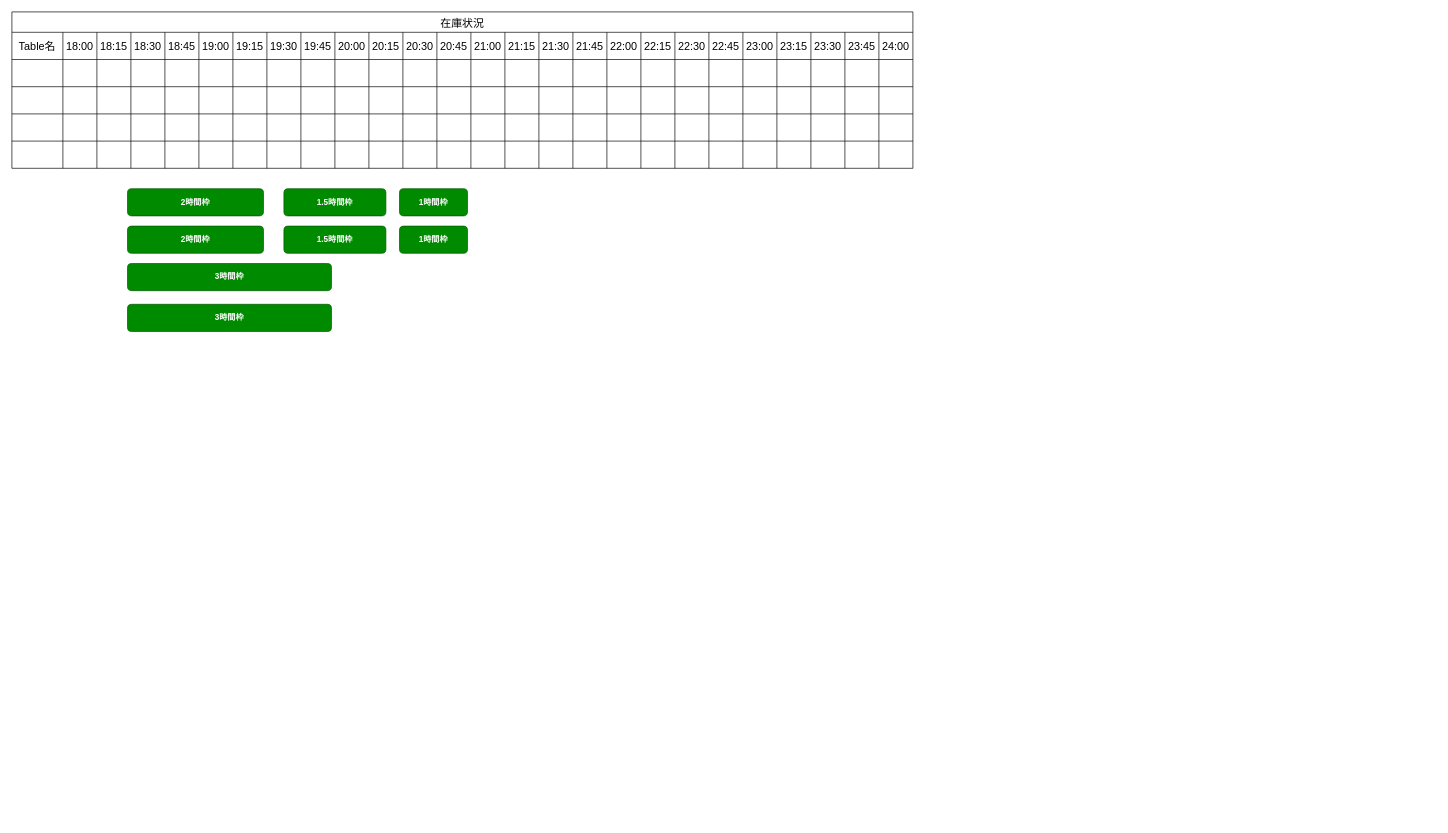
yoshi1984/drawio_template keeps this draw.io diagram as page "ページ2" (2 of 2) of timeline/在庫状況.drawio. Above is the earlier version. Source tidied: cells renumbered, new cells numbered last; positions are measured from the earlier drawing's top-left corner, leaving out a move shared by most shapes. Both pictures are drawn from the tidied source at 68%, with x=0, y=0 at pixel (12, 12).
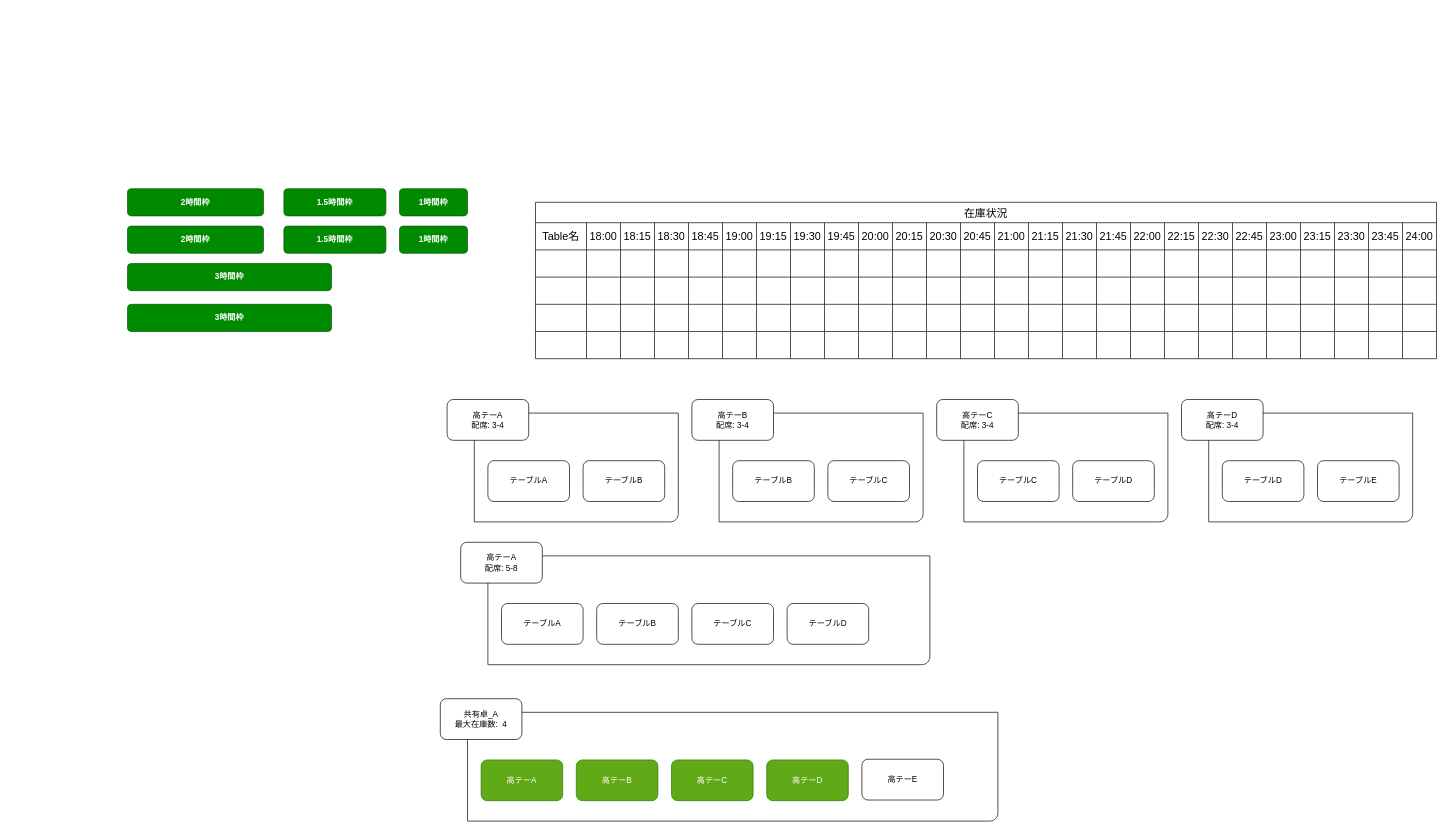
The same diagram, later.

Commit message:
在庫状況.drawio を更新します

What changed in the source:
```diff
@@
     <mxCell id="2" value="在庫状況" style="shape=table;startSize=30;childLayout=tableLayout;strokeColor=default;fontSize=16;" parent="1" vertex="1">
-      <mxGeometry width="1325" height="230" as="geometry" />
+      <mxGeometry x="770" y="280" width="1325" height="230" as="geometry" />
     </mxCell>
@@
+    <mxCell id="146" style="group;" parent="1" vertex="1">
+      <mxGeometry x="640" y="570" width="340" height="180" as="geometry" />
+    </mxCell>
+    <mxCell id="147" style="verticalLabelPosition=bottom;verticalAlign=top;html=1;shape=mxgraph.basic.diag_round_rect;dx=6;whiteSpace=wrap;" parent="146" vertex="1">
+      <mxGeometry x="40" y="20" width="300" height="160" as="geometry" />
+    </mxCell>
+    <mxCell id="148" value="高テーA&lt;br&gt;配席: 3-4" style="rounded=1;whiteSpace=wrap;html=1;" parent="146" vertex="1">
+      <mxGeometry width="120" height="60" as="geometry" />
+    </mxCell>
+    <mxCell id="149" value="テーブルA" style="rounded=1;whiteSpace=wrap;html=1;" parent="146" vertex="1">
+      <mxGeometry x="60" y="90" width="120" height="60" as="geometry" />
+    </mxCell>
+    <mxCell id="150" value="テーブルB" style="rounded=1;whiteSpace=wrap;html=1;" parent="146" vertex="1">
+      <mxGeometry x="200" y="90" width="120" height="60" as="geometry" />
+    </mxCell>
+    <mxCell id="151" style="group;" parent="1" vertex="1">
+      <mxGeometry x="1000" y="570" width="340" height="180" as="geometry" />
+    </mxCell>
+    <mxCell id="152" style="verticalLabelPosition=bottom;verticalAlign=top;html=1;shape=mxgraph.basic.diag_round_rect;dx=6;whiteSpace=wrap;" parent="151" vertex="1">
+      <mxGeometry x="40" y="20" width="300" height="160" as="geometry" />
+    </mxCell>
+    <mxCell id="153" value="高テーB&lt;br&gt;配席: 3-4" style="rounded=1;whiteSpace=wrap;html=1;" parent="151" vertex="1">
+      <mxGeometry width="120" height="60" as="geometry" />
+    </mxCell>
+    <mxCell id="154" value="テーブルB" style="rounded=1;whiteSpace=wrap;html=1;" parent="151" vertex="1">
+      <mxGeometry x="60" y="90" width="120" height="60" as="geometry" />
+    </mxCell>
+    <mxCell id="155" value="テーブルC" style="rounded=1;whiteSpace=wrap;html=1;" parent="151" vertex="1">
+      <mxGeometry x="200" y="90" width="120" height="60" as="geometry" />
+    </mxCell>
+    <mxCell id="156" style="group;" parent="1" vertex="1">
+      <mxGeometry x="1360" y="570" width="340" height="180" as="geometry" />
+    </mxCell>
+    <mxCell id="157" style="verticalLabelPosition=bottom;verticalAlign=top;html=1;shape=mxgraph.basic.diag_round_rect;dx=6;whiteSpace=wrap;" parent="156" vertex="1">
+      <mxGeometry x="40" y="20" width="300" height="160" as="geometry" />
+    </mxCell>
+    <mxCell id="158" value="高テーC&lt;br&gt;配席: 3-4" style="rounded=1;whiteSpace=wrap;html=1;" parent="156" vertex="1">
+      <mxGeometry width="120" height="60" as="geometry" />
+    </mxCell>
+    <mxCell id="159" value="テーブルC" style="rounded=1;whiteSpace=wrap;html=1;" parent="156" vertex="1">
+      <mxGeometry x="60" y="90" width="120" height="60" as="geometry" />
+    </mxCell>
+    <mxCell id="160" value="テーブルD" style="rounded=1;whiteSpace=wrap;html=1;" parent="156" vertex="1">
+      <mxGeometry x="200" y="90" width="120" height="60" as="geometry" />
+    </mxCell>
+    <mxCell id="161" style="group;" parent="1" vertex="1">
+      <mxGeometry x="1720" y="570" width="340" height="180" as="geometry" />
+    </mxCell>
+    <mxCell id="162" style="verticalLabelPosition=bottom;verticalAlign=top;html=1;shape=mxgraph.basic.diag_round_rect;dx=6;whiteSpace=wrap;" parent="161" vertex="1">
+      <mxGeometry x="40" y="20" width="300" height="160" as="geometry" />
+    </mxCell>
+    <mxCell id="163" value="高テーD&lt;br&gt;配席: 3-4" style="rounded=1;whiteSpace=wrap;html=1;" parent="161" vertex="1">
+      <mxGeometry width="120" height="60" as="geometry" />
+    </mxCell>
+    <mxCell id="164" value="テーブルD" style="rounded=1;whiteSpace=wrap;html=1;" parent="161" vertex="1">
+      <mxGeometry x="60" y="90" width="120" height="60" as="geometry" />
+    </mxCell>
+    <mxCell id="165" value="テーブルE" style="rounded=1;whiteSpace=wrap;html=1;" parent="161" vertex="1">
+      <mxGeometry x="200" y="90" width="120" height="60" as="geometry" />
+    </mxCell>
+    <mxCell id="166" style="group;" parent="1" vertex="1">
+      <mxGeometry x="660" y="780" width="690" height="180" as="geometry" />
+    </mxCell>
+    <mxCell id="167" style="verticalLabelPosition=bottom;verticalAlign=top;html=1;shape=mxgraph.basic.diag_round_rect;dx=6;whiteSpace=wrap;" parent="166" vertex="1">
+      <mxGeometry x="40" y="20" width="650" height="160" as="geometry" />
+    </mxCell>
+    <mxCell id="168" value="高テーA&lt;br&gt;配席: 5-8" style="rounded=1;whiteSpace=wrap;html=1;" parent="166" vertex="1">
+      <mxGeometry width="120" height="60" as="geometry" />
+    </mxCell>
+    <mxCell id="169" value="テーブルA" style="rounded=1;whiteSpace=wrap;html=1;" parent="166" vertex="1">
+      <mxGeometry x="60" y="90" width="120" height="60" as="geometry" />
+    </mxCell>
+    <mxCell id="170" value="テーブルB" style="rounded=1;whiteSpace=wrap;html=1;" parent="166" vertex="1">
+      <mxGeometry x="200" y="90" width="120" height="60" as="geometry" />
+    </mxCell>
+    <mxCell id="171" value="テーブルC" style="rounded=1;whiteSpace=wrap;html=1;" parent="166" vertex="1">
+      <mxGeometry x="340" y="90" width="120" height="60" as="geometry" />
+    </mxCell>
+    <mxCell id="172" value="テーブルD" style="rounded=1;whiteSpace=wrap;html=1;" parent="166" vertex="1">
+      <mxGeometry x="480" y="90" width="120" height="60" as="geometry" />
+    </mxCell>
+    <mxCell id="173" style="group;" parent="1" vertex="1">
+      <mxGeometry x="630" y="1010" width="820" height="180" as="geometry" />
+    </mxCell>
+    <mxCell id="174" style="verticalLabelPosition=bottom;verticalAlign=top;html=1;shape=mxgraph.basic.diag_round_rect;dx=6;whiteSpace=wrap;" parent="173" vertex="1">
+      <mxGeometry x="40" y="20" width="780" height="160" as="geometry" />
+    </mxCell>
+    <mxCell id="175" value="共有卓_A&lt;br&gt;最大在庫数:&amp;nbsp; 4" style="rounded=1;whiteSpace=wrap;html=1;" parent="173" vertex="1">
+      <mxGeometry width="120" height="60" as="geometry" />
+    </mxCell>
+    <mxCell id="176" value="高テーA" style="rounded=1;whiteSpace=wrap;html=1;fillColor=#60a917;fontColor=#ffffff;strokeColor=#2D7600;" parent="173" vertex="1">
+      <mxGeometry x="60" y="90" width="120" height="60" as="geometry" />
+    </mxCell>
+    <mxCell id="177" value="高テーB" style="rounded=1;whiteSpace=wrap;html=1;fillColor=#60a917;fontColor=#ffffff;strokeColor=#2D7600;" parent="173" vertex="1">
+      <mxGeometry x="200" y="90" width="120" height="60" as="geometry" />
+    </mxCell>
+    <mxCell id="178" value="高テーC" style="rounded=1;whiteSpace=wrap;html=1;fillColor=#60a917;fontColor=#ffffff;strokeColor=#2D7600;" parent="173" vertex="1">
+      <mxGeometry x="340" y="90" width="120" height="60" as="geometry" />
+    </mxCell>
+    <mxCell id="179" value="高テーD" style="rounded=1;whiteSpace=wrap;html=1;fillColor=#60a917;fontColor=#ffffff;strokeColor=#2D7600;" parent="173" vertex="1">
+      <mxGeometry x="480" y="90" width="120" height="60" as="geometry" />
+    </mxCell>
+    <mxCell id="180" value="高テーE" style="rounded=1;whiteSpace=wrap;html=1;" parent="173" vertex="1">
+      <mxGeometry x="620" y="89" width="120" height="60" as="geometry" />
+    </mxCell>
```
